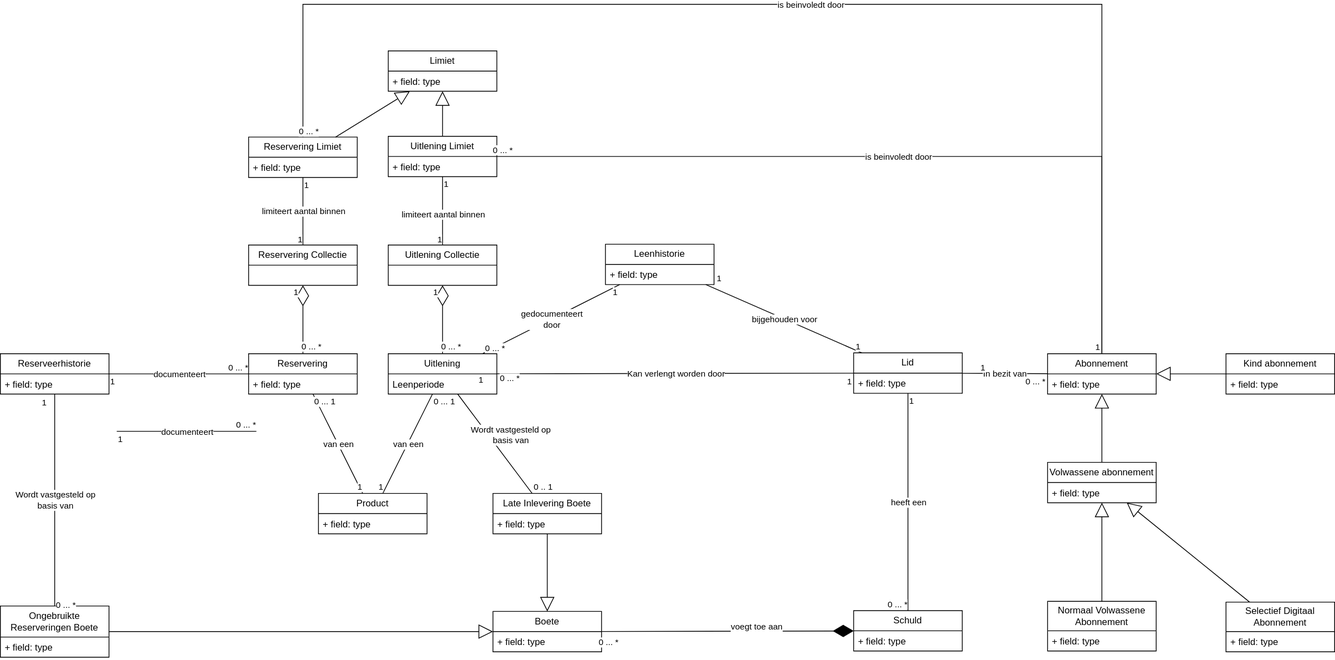
Above: documents/domain-model/domain-model.svg in pieter-groenendijk/oose-library-management-system (draw.io), before the change. Source tidied: cells renumbered, new cells last; positions are measured from the earlier drawing's top-left corner, leaving out a move shared by most shapes.
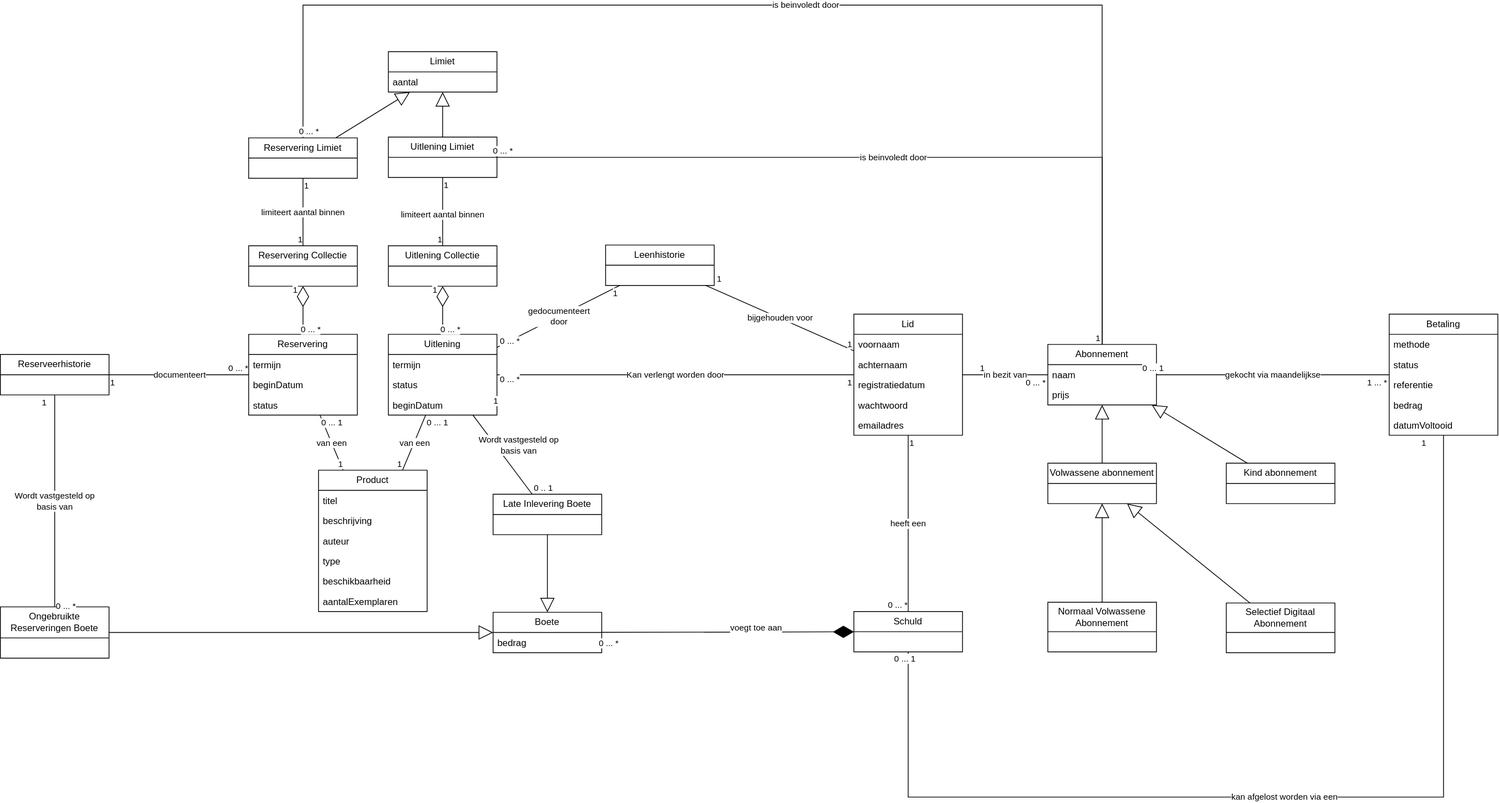
After the commit.

Commit message:
Added general attributes to domain-model

What changed in the source:
```diff
@@ -5,13 +5,34 @@
     <mxCell id="2" value="Product" style="swimlane;fontStyle=0;horizontal=1;startSize=26;fillColor=none;whiteSpace=wrap;html=1;" parent="1" vertex="1">
-      <mxGeometry x="410" y="630" width="140" height="52" as="geometry" />
+      <mxGeometry x="410" y="599" width="140" height="182" as="geometry" />
     </mxCell>
-    <mxCell id="3" value="+ field: type" style="text;strokeColor=none;fillColor=none;align=left;verticalAlign=top;spacingLeft=4;spacingRight=4;overflow=hidden;whiteSpace=wrap;html=1;" parent="2" vertex="1">
+    <mxCell id="3" value="titel" style="text;strokeColor=none;fillColor=none;align=left;verticalAlign=top;spacingLeft=4;spacingRight=4;overflow=hidden;whiteSpace=wrap;html=1;" parent="2" vertex="1">
       <mxGeometry y="26" width="140" height="26" as="geometry" />
     </mxCell>
+    <mxCell id="117" value="beschrijving" style="text;strokeColor=none;fillColor=none;align=left;verticalAlign=top;spacingLeft=4;spacingRight=4;overflow=hidden;whiteSpace=wrap;html=1;" parent="2" vertex="1">
+      <mxGeometry y="52" width="140" height="26" as="geometry" />
+    </mxCell>
+    <mxCell id="118" value="auteur" style="text;strokeColor=none;fillColor=none;align=left;verticalAlign=top;spacingLeft=4;spacingRight=4;overflow=hidden;whiteSpace=wrap;html=1;" parent="2" vertex="1">
+      <mxGeometry y="78" width="140" height="26" as="geometry" />
+    </mxCell>
+    <mxCell id="119" value="type" style="text;strokeColor=none;fillColor=none;align=left;verticalAlign=top;spacingLeft=4;spacingRight=4;overflow=hidden;whiteSpace=wrap;html=1;" parent="2" vertex="1">
+      <mxGeometry y="104" width="140" height="26" as="geometry" />
+    </mxCell>
+    <mxCell id="120" value="beschikbaarheid" style="text;strokeColor=none;fillColor=none;align=left;verticalAlign=top;spacingLeft=4;spacingRight=4;overflow=hidden;whiteSpace=wrap;html=1;" parent="2" vertex="1">
+      <mxGeometry y="130" width="140" height="26" as="geometry" />
+    </mxCell>
+    <mxCell id="121" value="aantalExemplaren" style="text;strokeColor=none;fillColor=none;align=left;verticalAlign=top;spacingLeft=4;spacingRight=4;overflow=hidden;whiteSpace=wrap;html=1;" parent="2" vertex="1">
+      <mxGeometry y="156" width="140" height="26" as="geometry" />
+    </mxCell>
     <mxCell id="4" value="Uitlening" style="swimlane;fontStyle=0;horizontal=1;startSize=26;fillColor=none;whiteSpace=wrap;html=1;" parent="1" vertex="1">
-      <mxGeometry x="500" y="450" width="140" height="52" as="geometry" />
+      <mxGeometry x="500" y="424" width="140" height="104" as="geometry" />
     </mxCell>
-    <mxCell id="5" value="Leenperiode" style="text;strokeColor=none;fillColor=none;align=left;verticalAlign=top;spacingLeft=4;spacingRight=4;overflow=hidden;whiteSpace=wrap;html=1;" parent="4" vertex="1">
+    <mxCell id="5" value="termijn" style="text;strokeColor=none;fillColor=none;align=left;verticalAlign=top;spacingLeft=4;spacingRight=4;overflow=hidden;whiteSpace=wrap;html=1;" parent="4" vertex="1">
       <mxGeometry y="26" width="140" height="26" as="geometry" />
     </mxCell>
+    <mxCell id="122" value="status" style="text;strokeColor=none;fillColor=none;align=left;verticalAlign=top;spacingLeft=4;spacingRight=4;overflow=hidden;whiteSpace=wrap;html=1;" parent="4" vertex="1">
+      <mxGeometry y="52" width="140" height="26" as="geometry" />
+    </mxCell>
+    <mxCell id="123" value="beginDatum" style="text;strokeColor=none;fillColor=none;align=left;verticalAlign=top;spacingLeft=4;spacingRight=4;overflow=hidden;whiteSpace=wrap;html=1;" parent="4" vertex="1">
+      <mxGeometry y="78" width="140" height="26" as="geometry" />
+    </mxCell>
     <mxCell id="6" value="Boete" style="swimlane;fontStyle=0;horizontal=1;startSize=26;fillColor=none;whiteSpace=wrap;html=1;" parent="1" vertex="1">
@@ -19,3 +40,3 @@
     </mxCell>
-    <mxCell id="7" value="+ field: type" style="text;strokeColor=none;fillColor=none;align=left;verticalAlign=top;spacingLeft=4;spacingRight=4;overflow=hidden;whiteSpace=wrap;html=1;" parent="6" vertex="1">
+    <mxCell id="7" value="bedrag" style="text;strokeColor=none;fillColor=none;align=left;verticalAlign=top;spacingLeft=4;spacingRight=4;overflow=hidden;whiteSpace=wrap;html=1;" parent="6" vertex="1">
       <mxGeometry y="26" width="140" height="26" as="geometry" />
@@ -25,3 +46,3 @@
     </mxCell>
-    <mxCell id="9" value="+ field: type" style="text;strokeColor=none;fillColor=none;align=left;verticalAlign=top;spacingLeft=4;spacingRight=4;overflow=hidden;whiteSpace=wrap;html=1;" parent="8" vertex="1">
+    <mxCell id="9" value="aantal" style="text;strokeColor=none;fillColor=none;align=left;verticalAlign=top;spacingLeft=4;spacingRight=4;overflow=hidden;whiteSpace=wrap;html=1;" parent="8" vertex="1">
       <mxGeometry y="26" width="140" height="26" as="geometry" />
@@ -29,13 +50,31 @@
     <mxCell id="10" value="Reservering" style="swimlane;fontStyle=0;horizontal=1;startSize=26;fillColor=none;whiteSpace=wrap;html=1;" parent="1" vertex="1">
-      <mxGeometry x="320" y="450" width="140" height="52" as="geometry" />
+      <mxGeometry x="320" y="424" width="140" height="104" as="geometry" />
     </mxCell>
-    <mxCell id="11" value="+ field: type" style="text;strokeColor=none;fillColor=none;align=left;verticalAlign=top;spacingLeft=4;spacingRight=4;overflow=hidden;whiteSpace=wrap;html=1;" parent="10" vertex="1">
+    <mxCell id="11" value="termijn" style="text;strokeColor=none;fillColor=none;align=left;verticalAlign=top;spacingLeft=4;spacingRight=4;overflow=hidden;whiteSpace=wrap;html=1;" parent="10" vertex="1">
       <mxGeometry y="26" width="140" height="26" as="geometry" />
     </mxCell>
+    <mxCell id="124" value="beginDatum" style="text;strokeColor=none;fillColor=none;align=left;verticalAlign=top;spacingLeft=4;spacingRight=4;overflow=hidden;whiteSpace=wrap;html=1;" parent="10" vertex="1">
+      <mxGeometry y="52" width="140" height="26" as="geometry" />
+    </mxCell>
+    <mxCell id="125" value="status" style="text;strokeColor=none;fillColor=none;align=left;verticalAlign=top;spacingLeft=4;spacingRight=4;overflow=hidden;whiteSpace=wrap;html=1;" parent="10" vertex="1">
+      <mxGeometry y="78" width="140" height="26" as="geometry" />
+    </mxCell>
     <mxCell id="12" value="Lid" style="swimlane;fontStyle=0;horizontal=1;startSize=26;fillColor=none;whiteSpace=wrap;html=1;" parent="1" vertex="1">
-      <mxGeometry x="1100" y="449" width="140" height="52" as="geometry" />
+      <mxGeometry x="1100" y="398" width="140" height="156" as="geometry" />
     </mxCell>
-    <mxCell id="13" value="+ field: type" style="text;strokeColor=none;fillColor=none;align=left;verticalAlign=top;spacingLeft=4;spacingRight=4;overflow=hidden;whiteSpace=wrap;html=1;" parent="12" vertex="1">
+    <mxCell id="13" value="voornaam" style="text;strokeColor=none;fillColor=none;align=left;verticalAlign=top;spacingLeft=4;spacingRight=4;overflow=hidden;whiteSpace=wrap;html=1;" parent="12" vertex="1">
       <mxGeometry y="26" width="140" height="26" as="geometry" />
     </mxCell>
+    <mxCell id="126" value="achternaam" style="text;strokeColor=none;fillColor=none;align=left;verticalAlign=top;spacingLeft=4;spacingRight=4;overflow=hidden;whiteSpace=wrap;html=1;" parent="12" vertex="1">
+      <mxGeometry y="52" width="140" height="26" as="geometry" />
+    </mxCell>
+    <mxCell id="127" value="registratiedatum" style="text;strokeColor=none;fillColor=none;align=left;verticalAlign=top;spacingLeft=4;spacingRight=4;overflow=hidden;whiteSpace=wrap;html=1;" parent="12" vertex="1">
+      <mxGeometry y="78" width="140" height="26" as="geometry" />
+    </mxCell>
+    <mxCell id="128" value="wachtwoord" style="text;strokeColor=none;fillColor=none;align=left;verticalAlign=top;spacingLeft=4;spacingRight=4;overflow=hidden;whiteSpace=wrap;html=1;" parent="12" vertex="1">
+      <mxGeometry y="104" width="140" height="26" as="geometry" />
+    </mxCell>
+    <mxCell id="129" value="emailadres" style="text;strokeColor=none;fillColor=none;align=left;verticalAlign=top;spacingLeft=4;spacingRight=4;overflow=hidden;whiteSpace=wrap;html=1;" parent="12" vertex="1">
+      <mxGeometry y="130" width="140" height="26" as="geometry" />
+    </mxCell>
     <mxCell id="14" style="endArrow=none;html=1;rounded=0;endFill=0;" parent="1" edge="1" source="10" target="2">
@@ -133,5 +172,2 @@
     </mxCell>
-    <mxCell id="39" value="+ field: type" style="text;strokeColor=none;fillColor=none;align=left;verticalAlign=top;spacingLeft=4;spacingRight=4;overflow=hidden;whiteSpace=wrap;html=1;" parent="38" vertex="1">
-      <mxGeometry y="26" width="140" height="26" as="geometry" />
-    </mxCell>
     <mxCell id="40" style="endArrow=none;html=1;rounded=0;endFill=0;" parent="1" edge="1" source="12" target="38">
@@ -166,5 +202,2 @@
     </mxCell>
-    <mxCell id="48" value="+ field: type" style="text;strokeColor=none;fillColor=none;align=left;verticalAlign=top;spacingLeft=4;spacingRight=4;overflow=hidden;whiteSpace=wrap;html=1;" parent="47" vertex="1">
-      <mxGeometry y="40" width="140" height="26" as="geometry" />
-    </mxCell>
     <mxCell id="49" style="endArrow=block;endSize=16;endFill=0;html=1;rounded=0;" parent="1" edge="1" source="47" target="6">
@@ -175,5 +208,2 @@
     </mxCell>
-    <mxCell id="51" value="+ field: type" style="text;strokeColor=none;fillColor=none;align=left;verticalAlign=top;spacingLeft=4;spacingRight=4;overflow=hidden;whiteSpace=wrap;html=1;" parent="50" vertex="1">
-      <mxGeometry y="26" width="140" height="26" as="geometry" />
-    </mxCell>
     <mxCell id="52" style="endArrow=none;html=1;rounded=0;endFill=0;" parent="1" edge="1" source="50" target="10">
@@ -211,5 +241,2 @@
     </mxCell>
-    <mxCell id="61" value="+ field: type" style="text;strokeColor=none;fillColor=none;align=left;verticalAlign=top;spacingLeft=4;spacingRight=4;overflow=hidden;whiteSpace=wrap;html=1;" parent="60" vertex="1">
-      <mxGeometry y="26" width="140" height="26" as="geometry" />
-    </mxCell>
     <mxCell id="62" style="endArrow=none;html=1;rounded=0;endFill=0;" parent="1" edge="1" source="60" target="4">
@@ -249,5 +276,2 @@
     </mxCell>
-    <mxCell id="71" value="+ field: type" style="text;strokeColor=none;fillColor=none;align=left;verticalAlign=top;spacingLeft=4;spacingRight=4;overflow=hidden;whiteSpace=wrap;html=1;" parent="70" vertex="1">
-      <mxGeometry y="26" width="140" height="26" as="geometry" />
-    </mxCell>
     <mxCell id="72" style="endArrow=block;endSize=16;endFill=0;html=1;rounded=0;" parent="1" edge="1" source="70" target="6">
@@ -272,7 +296,10 @@
     <mxCell id="77" value="Abonnement" style="swimlane;fontStyle=0;horizontal=1;startSize=26;fillColor=none;whiteSpace=wrap;html=1;" parent="1" vertex="1">
-      <mxGeometry x="1350" y="450" width="140" height="52" as="geometry" />
+      <mxGeometry x="1350" y="437" width="140" height="78" as="geometry" />
     </mxCell>
-    <mxCell id="78" value="+ field: type" style="text;strokeColor=none;fillColor=none;align=left;verticalAlign=top;spacingLeft=4;spacingRight=4;overflow=hidden;whiteSpace=wrap;html=1;" parent="77" vertex="1">
+    <mxCell id="78" value="naam" style="text;strokeColor=none;fillColor=none;align=left;verticalAlign=top;spacingLeft=4;spacingRight=4;overflow=hidden;whiteSpace=wrap;html=1;" parent="77" vertex="1">
       <mxGeometry y="26" width="140" height="26" as="geometry" />
     </mxCell>
+    <mxCell id="130" value="prijs" style="text;strokeColor=none;fillColor=none;align=left;verticalAlign=top;spacingLeft=4;spacingRight=4;overflow=hidden;whiteSpace=wrap;html=1;" parent="77" vertex="1">
+      <mxGeometry y="52" width="140" height="26" as="geometry" />
+    </mxCell>
     <mxCell id="79" style="endArrow=none;html=1;rounded=0;endFill=0;" parent="1" edge="1" source="77" target="12">
@@ -310,7 +337,4 @@
     <mxCell id="87" value="Kind abonnement" style="swimlane;fontStyle=0;horizontal=1;startSize=26;fillColor=none;whiteSpace=wrap;html=1;" parent="1" vertex="1">
-      <mxGeometry x="1580" y="450" width="140" height="52" as="geometry" />
+      <mxGeometry x="1580" y="590" width="140" height="52" as="geometry" />
     </mxCell>
-    <mxCell id="88" value="+ field: type" style="text;strokeColor=none;fillColor=none;align=left;verticalAlign=top;spacingLeft=4;spacingRight=4;overflow=hidden;whiteSpace=wrap;html=1;" parent="87" vertex="1">
-      <mxGeometry y="26" width="140" height="26" as="geometry" />
-    </mxCell>
     <mxCell id="89" value="Volwassene abonnement" style="swimlane;fontStyle=0;horizontal=1;startSize=26;fillColor=none;whiteSpace=wrap;html=1;" parent="1" vertex="1">
@@ -318,5 +342,2 @@
     </mxCell>
-    <mxCell id="90" value="+ field: type" style="text;strokeColor=none;fillColor=none;align=left;verticalAlign=top;spacingLeft=4;spacingRight=4;overflow=hidden;whiteSpace=wrap;html=1;" parent="89" vertex="1">
-      <mxGeometry y="26" width="140" height="26" as="geometry" />
-    </mxCell>
     <mxCell id="91" style="endArrow=block;endSize=16;endFill=0;html=1;rounded=0;" parent="1" edge="1" source="89" target="77">
@@ -330,5 +351,2 @@
     </mxCell>
-    <mxCell id="94" value="+ field: type" style="text;strokeColor=none;fillColor=none;align=left;verticalAlign=top;spacingLeft=4;spacingRight=4;overflow=hidden;whiteSpace=wrap;html=1;" parent="93" vertex="1">
-      <mxGeometry y="38" width="140" height="26" as="geometry" />
-    </mxCell>
     <mxCell id="95" style="endArrow=block;endSize=16;endFill=0;html=1;rounded=0;" parent="1" edge="1" source="93" target="89">
@@ -339,5 +357,2 @@
     </mxCell>
-    <mxCell id="97" value="+ field: type" style="text;strokeColor=none;fillColor=none;align=left;verticalAlign=top;spacingLeft=4;spacingRight=4;overflow=hidden;whiteSpace=wrap;html=1;" parent="96" vertex="1">
-      <mxGeometry y="38" width="140" height="26" as="geometry" />
-    </mxCell>
     <mxCell id="98" style="endArrow=block;endSize=16;endFill=0;html=1;rounded=0;" parent="1" edge="1" source="96" target="89">
@@ -348,5 +363,2 @@
     </mxCell>
-    <mxCell id="100" value="+ field: type" style="text;strokeColor=none;fillColor=none;align=left;verticalAlign=top;spacingLeft=4;spacingRight=4;overflow=hidden;whiteSpace=wrap;html=1;" parent="99" vertex="1">
-      <mxGeometry y="26" width="140" height="26" as="geometry" />
-    </mxCell>
     <mxCell id="101" value="Reservering Limiet" style="swimlane;fontStyle=0;horizontal=1;startSize=26;fillColor=none;whiteSpace=wrap;html=1;" parent="1" vertex="1">
@@ -354,5 +366,2 @@
     </mxCell>
-    <mxCell id="102" value="+ field: type" style="text;strokeColor=none;fillColor=none;align=left;verticalAlign=top;spacingLeft=4;spacingRight=4;overflow=hidden;whiteSpace=wrap;html=1;" parent="101" vertex="1">
-      <mxGeometry y="26" width="140" height="26" as="geometry" />
-    </mxCell>
     <mxCell id="103" style="endArrow=block;endSize=16;endFill=0;html=1;rounded=0;" parent="1" edge="1" source="99" target="8">
@@ -404,19 +413,57 @@
     </mxCell>
-    <mxCell id="113" style="endArrow=none;html=1;rounded=0;endFill=0;" parent="1" edge="1">
-      <mxGeometry relative="1" as="geometry">
-        <mxPoint x="150" y="550" as="sourcePoint" />
-        <mxPoint x="330" y="550" as="targetPoint" />
-      </mxGeometry>
-    </mxCell>
-    <mxCell id="114" value="documenteert" style="edgeLabel;html=1;align=center;verticalAlign=middle;" parent="113" vertex="1">
-      <mxGeometry relative="1" as="geometry" />
-    </mxCell>
+    <mxCell id="131" value="Betaling" style="swimlane;fontStyle=0;horizontal=1;startSize=26;fillColor=none;whiteSpace=wrap;html=1;" parent="1" vertex="1">
+      <mxGeometry x="1790" y="398" width="140" height="156" as="geometry" />
+    </mxCell>
+    <mxCell id="132" value="methode" style="text;strokeColor=none;fillColor=none;align=left;verticalAlign=top;spacingLeft=4;spacingRight=4;overflow=hidden;whiteSpace=wrap;html=1;" parent="131" vertex="1">
+      <mxGeometry y="26" width="140" height="26" as="geometry" />
+    </mxCell>
+    <mxCell id="133" value="status" style="text;strokeColor=none;fillColor=none;align=left;verticalAlign=top;spacingLeft=4;spacingRight=4;overflow=hidden;whiteSpace=wrap;html=1;" parent="131" vertex="1">
+      <mxGeometry y="52" width="140" height="26" as="geometry" />
+    </mxCell>
+    <mxCell id="134" value="referentie" style="text;strokeColor=none;fillColor=none;align=left;verticalAlign=top;spacingLeft=4;spacingRight=4;overflow=hidden;whiteSpace=wrap;html=1;" parent="131" vertex="1">
+      <mxGeometry y="78" width="140" height="26" as="geometry" />
+    </mxCell>
+    <mxCell id="135" value="bedrag" style="text;strokeColor=none;fillColor=none;align=left;verticalAlign=top;spacingLeft=4;spacingRight=4;overflow=hidden;whiteSpace=wrap;html=1;" parent="131" vertex="1">
+      <mxGeometry y="104" width="140" height="26" as="geometry" />
+    </mxCell>
+    <mxCell id="136" value="datumVoltooid" style="text;strokeColor=none;fillColor=none;align=left;verticalAlign=top;spacingLeft=4;spacingRight=4;overflow=hidden;whiteSpace=wrap;html=1;" parent="131" vertex="1">
+      <mxGeometry y="130" width="140" height="26" as="geometry" />
+    </mxCell>
+    <mxCell id="137" style="endArrow=none;html=1;rounded=0;endFill=0;" parent="1" edge="1" source="131" target="77">
+      <mxGeometry relative="1" as="geometry" />
+    </mxCell>
+    <mxCell id="138" value="gekocht via maandelijkse" style="edgeLabel;html=1;align=center;verticalAlign=middle;" parent="137" vertex="1">
+      <mxGeometry relative="1" as="geometry" />
+    </mxCell>
+    <mxCell id="139" value="1 ... *" style="edgeLabel;html=1;align=left;verticalAlign=bottom;" parent="137" vertex="1">
+      <mxGeometry x="-1" relative="1" as="geometry">
+        <mxPoint x="-30" y="18" as="offset" />
+      </mxGeometry>
+    </mxCell>
+    <mxCell id="140" value="0 ... 1" style="edgeLabel;html=1;align=right;verticalAlign=bottom;" parent="137" vertex="1">
+      <mxGeometry x="1" relative="1" as="geometry">
+        <mxPoint x="10" as="offset" />
+      </mxGeometry>
+    </mxCell>
+    <mxCell id="141" style="endArrow=none;html=1;rounded=0;endFill=0;" parent="1" edge="1" source="131" target="38">
+      <mxGeometry relative="1" as="geometry">
+        <Array as="points">
+          <mxPoint x="1860" y="1020" />
+          <mxPoint x="1170" y="1020" />
+        </Array>
+      </mxGeometry>
+    </mxCell>
+    <mxCell id="142" value="kan afgelost worden via een" style="edgeLabel;html=1;align=center;verticalAlign=middle;" parent="141" vertex="1">
+      <mxGeometry relative="1" as="geometry" />
+    </mxCell>
-    <mxCell id="115" value="1" style="edgeLabel;html=1;align=left;verticalAlign=bottom;" parent="113" vertex="1">
+    <mxCell id="115" value="1" style="edgeLabel;html=1;align=left;verticalAlign=bottom;" parent="141" vertex="1">
       <mxGeometry x="-1" relative="1" as="geometry">
-        <mxPoint y="18" as="offset" />
+        <mxPoint x="-30" y="18" as="offset" />
       </mxGeometry>
     </mxCell>
-    <mxCell id="116" value="0 ... *" style="edgeLabel;html=1;align=right;verticalAlign=bottom;" parent="113" vertex="1">
-      <mxGeometry x="1" relative="1" as="geometry" />
-    </mxCell>
+    <mxCell id="143" value="0 ... 1" style="edgeLabel;html=1;align=right;verticalAlign=bottom;" parent="141" vertex="1">
+      <mxGeometry x="1" relative="1" as="geometry">
+        <mxPoint x="10" y="17" as="offset" />
+      </mxGeometry>
+    </mxCell>
   </root>
```
